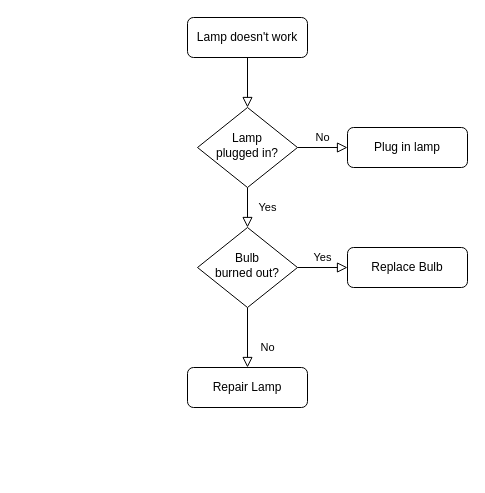
This is Diagramas/Irriego.drawio from vlainezt/IoTFundamentals, a draw.io file, before an edit. Source tidied: cells renumbered, new cells numbered last; positions are measured from the earlier drawing's top-left corner, leaving out a move shared by most shapes. Both pictures are drawn from the tidied source at 100%, with x=0, y=0 at pixel (187, 17).
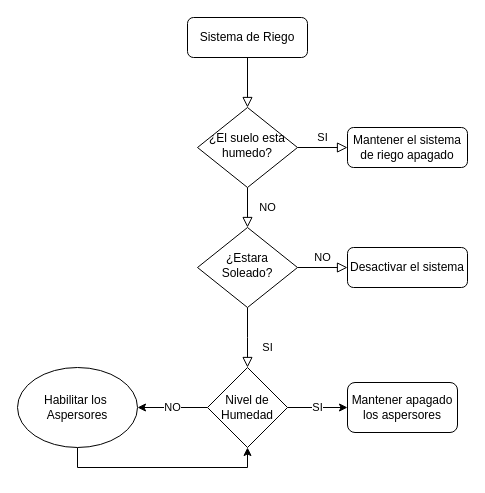
The same page after the edit.

Diff of the diagram source:
```diff
@@
 <mxGraphModel>
   <root>
     <mxCell id="0" />
     <mxCell id="1" parent="0" />
     <mxCell id="2" style="rounded=0;html=1;jettySize=auto;fontSize=11;endArrow=block;endFill=0;endSize=8;strokeWidth=1;shadow=0;labelBackgroundColor=none;edgeStyle=orthogonalEdgeStyle;" parent="1" edge="1" source="3" target="6">
       <mxGeometry relative="1" as="geometry" />
     </mxCell>
-    <mxCell id="3" value="Lamp doesn't work" style="rounded=1;whiteSpace=wrap;html=1;fontSize=12;glass=0;strokeWidth=1;shadow=0;" parent="1" vertex="1">
+    <mxCell id="3" value="Sistema de Riego" style="rounded=1;whiteSpace=wrap;html=1;fontSize=12;glass=0;strokeWidth=1;shadow=0;" parent="1" vertex="1">
       <mxGeometry width="120" height="40" as="geometry" />
     </mxCell>
-    <mxCell id="4" value="Yes" style="rounded=0;html=1;jettySize=auto;fontSize=11;endArrow=block;endFill=0;endSize=8;strokeWidth=1;shadow=0;labelBackgroundColor=none;edgeStyle=orthogonalEdgeStyle;" parent="1" edge="1" source="6" target="10">
+    <mxCell id="4" value="NO" style="rounded=0;html=1;jettySize=auto;fontSize=11;endArrow=block;endFill=0;endSize=8;strokeWidth=1;shadow=0;labelBackgroundColor=none;edgeStyle=orthogonalEdgeStyle;" parent="1" edge="1" source="6" target="10">
       <mxGeometry y="20" relative="1" as="geometry" />
     </mxCell>
-    <mxCell id="5" value="No" style="edgeStyle=orthogonalEdgeStyle;rounded=0;html=1;jettySize=auto;fontSize=11;endArrow=block;endFill=0;endSize=8;strokeWidth=1;shadow=0;labelBackgroundColor=none;" parent="1" edge="1" source="6" target="7">
+    <mxCell id="5" value="SI" style="edgeStyle=orthogonalEdgeStyle;rounded=0;html=1;jettySize=auto;fontSize=11;endArrow=block;endFill=0;endSize=8;strokeWidth=1;shadow=0;labelBackgroundColor=none;" parent="1" edge="1" source="6" target="7">
       <mxGeometry y="10" relative="1" as="geometry" />
     </mxCell>
-    <mxCell id="6" value="Lamp&lt;br&gt;plugged in?" style="rhombus;whiteSpace=wrap;html=1;shadow=0;fontFamily=Helvetica;fontSize=12;align=center;strokeWidth=1;spacing=6;spacingTop=-4;" parent="1" vertex="1">
+    <mxCell id="6" value="¿El suelo esta humedo?" style="rhombus;whiteSpace=wrap;html=1;shadow=0;fontFamily=Helvetica;fontSize=12;align=center;strokeWidth=1;spacing=6;spacingTop=-4;" parent="1" vertex="1">
       <mxGeometry x="10" y="90" width="100" height="80" as="geometry" />
     </mxCell>
-    <mxCell id="7" value="Plug in lamp" style="rounded=1;whiteSpace=wrap;html=1;fontSize=12;glass=0;strokeWidth=1;shadow=0;" parent="1" vertex="1">
+    <mxCell id="7" value="Mantener el sistema de riego apagado" style="rounded=1;whiteSpace=wrap;html=1;fontSize=12;glass=0;strokeWidth=1;shadow=0;" parent="1" vertex="1">
       <mxGeometry x="160" y="110" width="120" height="40" as="geometry" />
     </mxCell>
-    <mxCell id="8" value="No" style="rounded=0;html=1;jettySize=auto;fontSize=11;endArrow=block;endFill=0;endSize=8;strokeWidth=1;shadow=0;labelBackgroundColor=none;edgeStyle=orthogonalEdgeStyle;" parent="1" edge="1" source="10" target="11">
-      <mxGeometry x="0.33" y="20" relative="1" as="geometry" />
+    <mxCell id="8" value="SI" style="rounded=0;html=1;jettySize=auto;fontSize=11;endArrow=block;endFill=0;endSize=8;strokeWidth=1;shadow=0;labelBackgroundColor=none;edgeStyle=orthogonalEdgeStyle;" parent="1" edge="1" source="10">
+      <mxGeometry x="0.33" y="20" relative="1" as="geometry">
+        <mxPoint x="60" y="350" as="targetPoint" />
+      </mxGeometry>
     </mxCell>
-    <mxCell id="9" value="Yes" style="edgeStyle=orthogonalEdgeStyle;rounded=0;html=1;jettySize=auto;fontSize=11;endArrow=block;endFill=0;endSize=8;strokeWidth=1;shadow=0;labelBackgroundColor=none;" parent="1" edge="1" source="10" target="12">
+    <mxCell id="9" value="NO" style="edgeStyle=orthogonalEdgeStyle;rounded=0;html=1;jettySize=auto;fontSize=11;endArrow=block;endFill=0;endSize=8;strokeWidth=1;shadow=0;labelBackgroundColor=none;" parent="1" edge="1" source="10" target="12">
       <mxGeometry y="10" relative="1" as="geometry" />
     </mxCell>
-    <mxCell id="10" value="Bulb&lt;br&gt;burned out?" style="rhombus;whiteSpace=wrap;html=1;shadow=0;fontFamily=Helvetica;fontSize=12;align=center;strokeWidth=1;spacing=6;spacingTop=-4;" parent="1" vertex="1">
+    <mxCell id="10" value="¿Estara Soleado?" style="rhombus;whiteSpace=wrap;html=1;shadow=0;fontFamily=Helvetica;fontSize=12;align=center;strokeWidth=1;spacing=6;spacingTop=-4;" parent="1" vertex="1">
       <mxGeometry x="10" y="210" width="100" height="80" as="geometry" />
     </mxCell>
-    <mxCell id="11" value="Repair Lamp" style="rounded=1;whiteSpace=wrap;html=1;fontSize=12;glass=0;strokeWidth=1;shadow=0;" parent="1" vertex="1">
-      <mxGeometry y="350" width="120" height="40" as="geometry" />
-    </mxCell>
-    <mxCell id="12" value="Replace Bulb" style="rounded=1;whiteSpace=wrap;html=1;fontSize=12;glass=0;strokeWidth=1;shadow=0;" parent="1" vertex="1">
+    <mxCell id="12" value="Desactivar el sistema" style="rounded=1;whiteSpace=wrap;html=1;fontSize=12;glass=0;strokeWidth=1;shadow=0;" parent="1" vertex="1">
       <mxGeometry x="160" y="230" width="120" height="40" as="geometry" />
     </mxCell>
+    <mxCell id="13" value="SI" style="edgeStyle=orthogonalEdgeStyle;rounded=0;jettySize=auto;html=1;exitX=1;exitY=0.5;exitDx=0;exitDy=0;entryX=0;entryY=0.5;entryDx=0;entryDy=0;" parent="1" edge="1" source="15" target="18">
+      <mxGeometry relative="1" as="geometry" />
+    </mxCell>
+    <mxCell id="14" value="NO" style="edgeStyle=orthogonalEdgeStyle;rounded=0;jettySize=auto;html=1;exitX=0;exitY=0.5;exitDx=0;exitDy=0;entryX=1;entryY=0.5;entryDx=0;entryDy=0;" parent="1" edge="1" source="15" target="17">
+      <mxGeometry relative="1" as="geometry" />
+    </mxCell>
+    <mxCell id="15" value="Nivel de&lt;br&gt;Humedad" style="rhombus;whiteSpace=wrap;html=1;" parent="1" vertex="1">
+      <mxGeometry x="20" y="350" width="80" height="80" as="geometry" />
+    </mxCell>
+    <mxCell id="16" style="edgeStyle=orthogonalEdgeStyle;rounded=0;jettySize=auto;html=1;exitX=0.5;exitY=1;exitDx=0;exitDy=0;entryX=0.5;entryY=1;entryDx=0;entryDy=0;" parent="1" edge="1" source="17" target="15">
+      <mxGeometry relative="1" as="geometry" />
+    </mxCell>
+    <mxCell id="17" value="Habilitar los&amp;nbsp;&lt;br&gt;Aspersores" style="ellipse;whiteSpace=wrap;html=1;" parent="1" vertex="1">
+      <mxGeometry x="-170" y="350" width="120" height="80" as="geometry" />
+    </mxCell>
+    <mxCell id="18" value="Mantener apagado los aspersores" style="rounded=1;whiteSpace=wrap;html=1;" parent="1" vertex="1">
+      <mxGeometry x="160" y="365" width="110" height="50" as="geometry" />
+    </mxCell>
   </root>
 </mxGraphModel>
```
